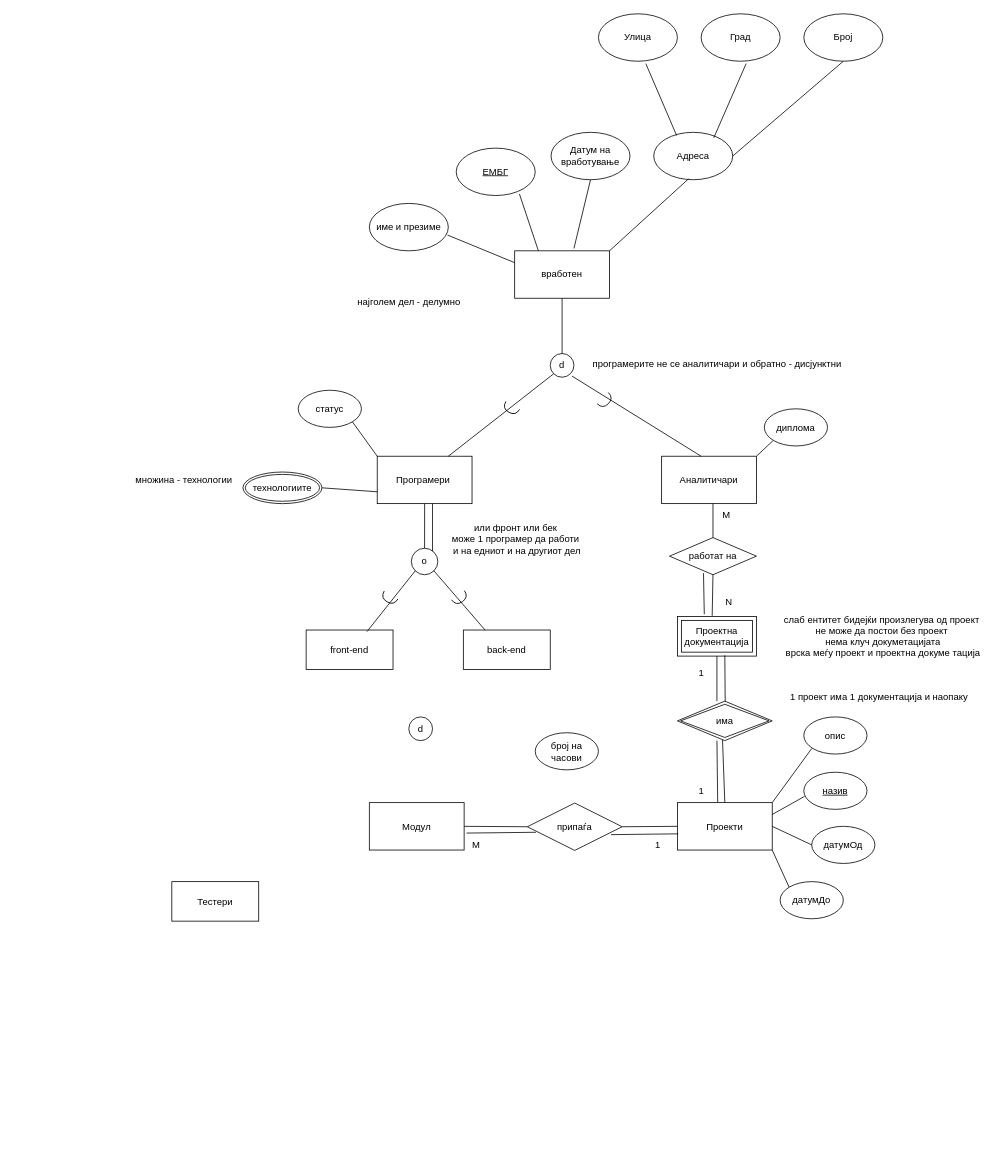
davidhristov59/Databases keeps this draw.io diagram as aud2/potvrduvanje_utvrduvanje.drawio. Above is the earlier version. Source tidied: cells renumbered, new cells numbered last; positions are measured from the earlier drawing's top-left corner, leaving out a move shared by most shapes. Both pictures are drawn from the tidied source at 79%, with x=0, y=0 at pixel (124, 13).
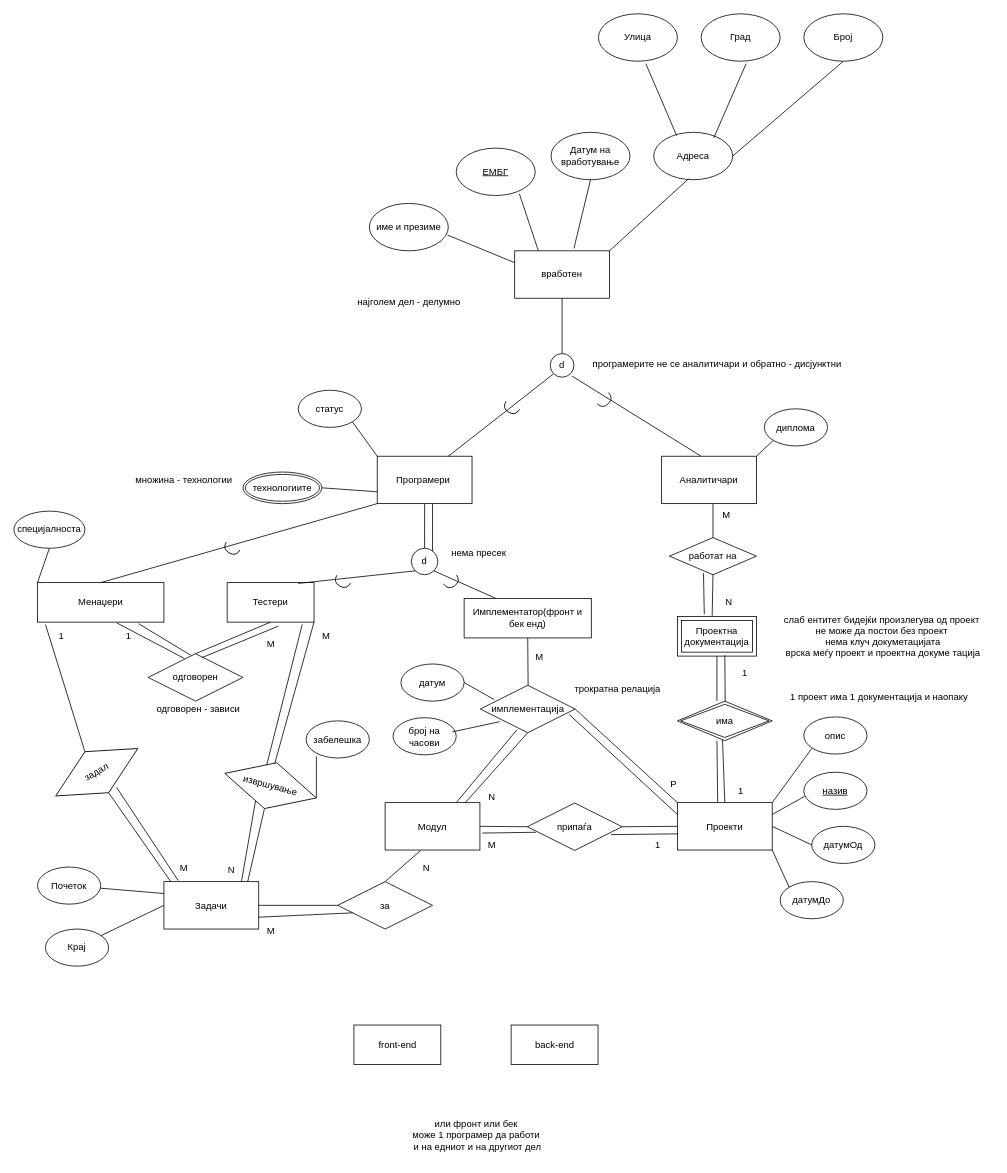
After the change.

The change refers to these unchanged cells:
```xml
<mxCell id="17" value="Програмери&amp;nbsp;" style="rounded=0;whiteSpace=wrap;html=1;" parent="1" vertex="1">
  <mxGeometry x="320" y="560" width="120" height="60" as="geometry" />
</mxCell>
<mxCell id="20" value="Проекти" style="rounded=0;whiteSpace=wrap;html=1;" parent="1" vertex="1">
  <mxGeometry x="700" y="998.5" width="120" height="60" as="geometry" />
</mxCell>
```

Diff of the diagram source:
```diff
@@
-    <mxCell id="34" value="o" style="ellipse;whiteSpace=wrap;html=1;" parent="1" vertex="1">
+    <mxCell id="34" value="d" style="ellipse;whiteSpace=wrap;html=1;" parent="1" vertex="1">
       <mxGeometry x="363.2" y="676.5" width="33.5" height="33.5" as="geometry" />
     </mxCell>
@@
-    <mxCell id="36" value="front-end" style="rounded=0;whiteSpace=wrap;html=1;" parent="1" vertex="1">
-      <mxGeometry x="230" y="780" width="110" height="50" as="geometry" />
+    <mxCell id="36" value="Тестери" style="rounded=0;whiteSpace=wrap;html=1;" parent="1" vertex="1">
+      <mxGeometry x="130" y="720" width="110" height="50" as="geometry" />
     </mxCell>
-    <mxCell id="37" value="back-end" style="rounded=0;whiteSpace=wrap;html=1;" parent="1" vertex="1">
-      <mxGeometry x="429" y="780" width="110" height="50" as="geometry" />
+    <mxCell id="37" value="Имплементатор(фронт и бек енд)" style="rounded=0;whiteSpace=wrap;html=1;" parent="1" vertex="1">
+      <mxGeometry x="430" y="740" width="161" height="50" as="geometry" />
     </mxCell>
@@
-    <mxCell id="39" style="endArrow=none;html=1;rounded=0;exitX=0;exitY=1;exitDx=0;exitDy=0;entryX=0.7;entryY=0.04;entryDx=0;entryDy=0;entryPerimeter=0;" parent="1" edge="1" source="34" target="36">
+    <mxCell id="39" style="endArrow=none;html=1;rounded=0;exitX=0;exitY=1;exitDx=0;exitDy=0;entryX=0.818;entryY=0.02;entryDx=0;entryDy=0;entryPerimeter=0;" parent="1" edge="1" source="34" target="36">
       <mxGeometry relative="1" as="geometry" />
     </mxCell>
@@
     <mxCell id="41" value="или фронт или бек&lt;div&gt;може 1 програмер да работи&lt;/div&gt;&lt;div&gt;&amp;nbsp;и на едниот и на другиот дел&lt;/div&gt;" style="text;html=1;align=center;verticalAlign=middle;strokeColor=none;fillColor=none;" parent="1" vertex="1">
-      <mxGeometry x="400" y="635" width="190" height="60" as="geometry" />
+      <mxGeometry x="350" y="1390" width="190" height="60" as="geometry" />
     </mxCell>
@@
-    <mxCell id="43" value="Тестери" style="rounded=0;whiteSpace=wrap;html=1;" parent="1" vertex="1">
-      <mxGeometry x="60" y="1098.5" width="110" height="50" as="geometry" />
-    </mxCell>
     <mxCell id="44" style="shape=requiredInterface;html=1;verticalLabelPosition=bottom;sketch=0;rotation=120;" parent="1" vertex="1">
-      <mxGeometry x="330" y="730" width="10" height="20" as="geometry" />
+      <mxGeometry x="270" y="710" width="10" height="20" as="geometry" />
     </mxCell>
     <mxCell id="45" style="shape=requiredInterface;html=1;verticalLabelPosition=bottom;sketch=0;rotation=55;" parent="1" vertex="1">
-      <mxGeometry x="420" y="730" width="10" height="20" as="geometry" />
+      <mxGeometry x="410" y="710" width="10" height="20" as="geometry" />
     </mxCell>
-    <mxCell id="46" value="d" style="ellipse;whiteSpace=wrap;html=1;" parent="1" vertex="1">
-      <mxGeometry x="360" y="890" width="30" height="30" as="geometry" />
-    </mxCell>
@@
     <mxCell id="62" value="1" style="text;html=1;align=center;verticalAlign=middle;strokeColor=none;fillColor=none;" parent="1" vertex="1">
-      <mxGeometry x="715" y="820" width="30" height="30" as="geometry" />
+      <mxGeometry x="770" y="820" width="30" height="30" as="geometry" />
     </mxCell>
     <mxCell id="63" value="1" style="text;html=1;align=center;verticalAlign=middle;strokeColor=none;fillColor=none;" parent="1" vertex="1">
-      <mxGeometry x="715" y="968.5" width="30" height="30" as="geometry" />
+      <mxGeometry x="765" y="969" width="30" height="30" as="geometry" />
     </mxCell>
@@
     <mxCell id="71" value="Модул" style="rounded=0;whiteSpace=wrap;html=1;" parent="1" vertex="1">
-      <mxGeometry x="310" y="998.5" width="120" height="60" as="geometry" />
+      <mxGeometry x="330" y="998.5" width="120" height="60" as="geometry" />
     </mxCell>
@@
-    <mxCell id="75" value="број на часови" style="ellipse;whiteSpace=wrap;html=1;" parent="1" vertex="1">
-      <mxGeometry x="520" y="910" width="80" height="47" as="geometry" />
-    </mxCell>
@@
     <mxCell id="78" value="М" style="text;html=1;align=center;verticalAlign=middle;strokeColor=none;fillColor=none;" parent="1" vertex="1">
-      <mxGeometry x="430" y="1037" width="30" height="30" as="geometry" />
+      <mxGeometry x="450" y="1037" width="30" height="30" as="geometry" />
     </mxCell>
@@
+    <mxCell id="80" value="front-end" style="rounded=0;whiteSpace=wrap;html=1;" parent="1" vertex="1">
+      <mxGeometry x="290.5" y="1280" width="110" height="50" as="geometry" />
+    </mxCell>
+    <mxCell id="81" value="back-end" style="rounded=0;whiteSpace=wrap;html=1;" parent="1" vertex="1">
+      <mxGeometry x="489.5" y="1280" width="110" height="50" as="geometry" />
+    </mxCell>
+    <mxCell id="82" value="имплементација" style="shape=rhombus;perimeter=rhombusPerimeter;whiteSpace=wrap;html=1;align=center;" parent="1" vertex="1">
+      <mxGeometry x="450.5" y="850" width="120" height="60" as="geometry" />
+    </mxCell>
+    <mxCell id="83" style="endArrow=none;html=1;rounded=0;exitX=0.5;exitY=1;exitDx=0;exitDy=0;" parent="1" edge="1" source="37">
+      <mxGeometry relative="1" as="geometry">
+        <mxPoint x="511" y="850" as="targetPoint" />
+      </mxGeometry>
+    </mxCell>
+    <mxCell id="84" style="endArrow=none;html=1;rounded=0;entryX=0.5;entryY=1;entryDx=0;entryDy=0;exitX=0.842;exitY=0.008;exitDx=0;exitDy=0;exitPerimeter=0;" parent="1" edge="1" source="71" target="82">
+      <mxGeometry relative="1" as="geometry" />
+    </mxCell>
+    <mxCell id="85" value="M" style="text;html=1;align=center;verticalAlign=middle;strokeColor=none;fillColor=none;" parent="1" vertex="1">
+      <mxGeometry x="510" y="800" width="30" height="30" as="geometry" />
+    </mxCell>
+    <mxCell id="86" value="N" style="text;html=1;align=center;verticalAlign=middle;strokeColor=none;fillColor=none;" parent="1" vertex="1">
+      <mxGeometry x="450" y="977" width="30" height="30" as="geometry" />
+    </mxCell>
+    <mxCell id="87" style="endArrow=none;html=1;rounded=0;entryX=0;entryY=0;entryDx=0;entryDy=0;exitX=1;exitY=0.5;exitDx=0;exitDy=0;" parent="1" edge="1" source="82" target="20">
+      <mxGeometry relative="1" as="geometry" />
+    </mxCell>
+    <mxCell id="88" style="endArrow=none;html=1;rounded=0;entryX=0;entryY=0.25;entryDx=0;entryDy=0;exitX=0.938;exitY=0.617;exitDx=0;exitDy=0;exitPerimeter=0;" parent="1" edge="1" source="82" target="20">
+      <mxGeometry relative="1" as="geometry" />
+    </mxCell>
+    <mxCell id="89" value="P" style="text;html=1;align=center;verticalAlign=middle;strokeColor=none;fillColor=none;" parent="1" vertex="1">
+      <mxGeometry x="680" y="960" width="30" height="30" as="geometry" />
+    </mxCell>
+    <mxCell id="90" style="endArrow=none;html=1;rounded=0;entryX=0.388;entryY=0.933;entryDx=0;entryDy=0;exitX=0.75;exitY=0;exitDx=0;exitDy=0;entryPerimeter=0;" parent="1" edge="1" source="71" target="82">
+      <mxGeometry relative="1" as="geometry" />
+    </mxCell>
+    <mxCell id="75" value="број на часови" style="ellipse;whiteSpace=wrap;html=1;" parent="1" vertex="1">
+      <mxGeometry x="340" y="891" width="80" height="47" as="geometry" />
+    </mxCell>
+    <mxCell id="91" value="датум" style="ellipse;whiteSpace=wrap;html=1;" parent="1" vertex="1">
+      <mxGeometry x="350" y="823" width="80" height="47" as="geometry" />
+    </mxCell>
+    <mxCell id="92" style="endArrow=none;html=1;rounded=0;exitX=1;exitY=0.5;exitDx=0;exitDy=0;entryX=0.146;entryY=0.3;entryDx=0;entryDy=0;entryPerimeter=0;" parent="1" edge="1" source="91" target="82">
+      <mxGeometry relative="1" as="geometry" />
+    </mxCell>
+    <mxCell id="93" style="endArrow=none;html=1;rounded=0;exitX=0.204;exitY=0.767;exitDx=0;exitDy=0;entryX=0.938;entryY=0.383;entryDx=0;entryDy=0;entryPerimeter=0;exitPerimeter=0;" parent="1" edge="1" source="82" target="75">
+      <mxGeometry relative="1" as="geometry" />
+    </mxCell>
+    <mxCell id="94" value="трократна релација" style="text;html=1;align=center;verticalAlign=middle;strokeColor=none;fillColor=none;" parent="1" vertex="1">
+      <mxGeometry x="554" y="840" width="140" height="30" as="geometry" />
+    </mxCell>
+    <mxCell id="95" value="нема пресек&amp;nbsp;" style="text;html=1;align=center;verticalAlign=middle;strokeColor=none;fillColor=none;" parent="1" vertex="1">
+      <mxGeometry x="400" y="668" width="100" height="30" as="geometry" />
+    </mxCell>
+    <mxCell id="96" value="Менаџери" style="rounded=0;whiteSpace=wrap;html=1;" parent="1" vertex="1">
+      <mxGeometry x="-110" y="720" width="160" height="50" as="geometry" />
+    </mxCell>
+    <mxCell id="97" value="одговорен" style="shape=rhombus;perimeter=rhombusPerimeter;whiteSpace=wrap;html=1;align=center;" parent="1" vertex="1">
+      <mxGeometry x="30" y="810" width="120" height="60" as="geometry" />
+    </mxCell>
+    <mxCell id="98" style="endArrow=none;html=1;rounded=0;entryX=0.5;entryY=0;entryDx=0;entryDy=0;exitX=0.5;exitY=1;exitDx=0;exitDy=0;" parent="1" edge="1" source="36" target="97">
+      <mxGeometry relative="1" as="geometry" />
+    </mxCell>
+    <mxCell id="99" style="endArrow=none;html=1;rounded=0;entryX=0.5;entryY=0;entryDx=0;entryDy=0;exitX=0;exitY=1;exitDx=0;exitDy=0;" parent="1" edge="1" source="17" target="96">
+      <mxGeometry relative="1" as="geometry" />
+    </mxCell>
+    <mxCell id="100" value="специјалноста" style="ellipse;whiteSpace=wrap;html=1;" parent="1" vertex="1">
+      <mxGeometry x="-140" y="629.5" width="90" height="47" as="geometry" />
+    </mxCell>
+    <mxCell id="101" style="endArrow=none;html=1;rounded=0;entryX=0;entryY=0;entryDx=0;entryDy=0;exitX=0.5;exitY=1;exitDx=0;exitDy=0;" parent="1" edge="1" source="100" target="96">
+      <mxGeometry relative="1" as="geometry" />
+    </mxCell>
+    <mxCell id="102" style="shape=requiredInterface;html=1;verticalLabelPosition=bottom;sketch=0;rotation=120;" parent="1" vertex="1">
+      <mxGeometry x="130" y="668" width="10" height="20" as="geometry" />
+    </mxCell>
+    <mxCell id="103" style="endArrow=none;html=1;rounded=0;entryX=0.627;entryY=1.02;entryDx=0;entryDy=0;entryPerimeter=0;exitX=0.383;exitY=0.1;exitDx=0;exitDy=0;exitPerimeter=0;" parent="1" edge="1" source="97" target="96">
+      <mxGeometry relative="1" as="geometry" />
+    </mxCell>
+    <mxCell id="104" value="М" style="text;html=1;align=center;verticalAlign=middle;strokeColor=none;fillColor=none;" parent="1" vertex="1">
+      <mxGeometry x="170" y="783" width="30" height="30" as="geometry" />
+    </mxCell>
+    <mxCell id="105" value="1" style="text;html=1;align=center;verticalAlign=middle;points=[];strokeColor=none;fillColor=none;" parent="1" vertex="1">
+      <mxGeometry x="-10" y="773" width="30" height="30" as="geometry" />
+    </mxCell>
+    <mxCell id="106" style="endArrow=none;html=1;rounded=0;entryX=0.933;entryY=-0.033;entryDx=0;entryDy=0;entryPerimeter=0;exitX=0.45;exitY=0.033;exitDx=0;exitDy=0;exitPerimeter=0;" parent="1" edge="1" source="97" target="105">
+      <mxGeometry relative="1" as="geometry" />
+    </mxCell>
+    <mxCell id="107" style="endArrow=none;html=1;rounded=0;entryX=0.591;entryY=1.1;entryDx=0;entryDy=0;entryPerimeter=0;exitX=0.567;exitY=0.083;exitDx=0;exitDy=0;exitPerimeter=0;" parent="1" edge="1" source="97" target="36">
+      <mxGeometry relative="1" as="geometry" />
+    </mxCell>
+    <mxCell id="108" value="одговорен - зависи&amp;nbsp;" style="text;html=1;align=center;verticalAlign=middle;strokeColor=none;fillColor=none;" parent="1" vertex="1">
+      <mxGeometry x="25" y="865" width="140" height="30" as="geometry" />
+    </mxCell>
+    <mxCell id="109" value="Задачи" style="rounded=0;whiteSpace=wrap;html=1;" parent="1" vertex="1">
+      <mxGeometry x="50" y="1098.5" width="120" height="60" as="geometry" />
+    </mxCell>
+    <mxCell id="110" style="endArrow=none;html=1;rounded=0;entryX=1;entryY=1;entryDx=0;entryDy=0;" parent="1" edge="1" target="36">
+      <mxGeometry relative="1" as="geometry">
+        <mxPoint x="190" y="950" as="sourcePoint" />
+      </mxGeometry>
+    </mxCell>
+    <mxCell id="111" style="endArrow=none;html=1;rounded=0;exitX=0.063;exitY=1.06;exitDx=0;exitDy=0;exitPerimeter=0;entryX=0.5;entryY=0;entryDx=0;entryDy=0;" parent="1" edge="1" source="96" target="116">
+      <mxGeometry relative="1" as="geometry" />
+    </mxCell>
+    <mxCell id="112" value="Почеток" style="ellipse;whiteSpace=wrap;html=1;" parent="1" vertex="1">
+      <mxGeometry x="-110" y="1080" width="80" height="47" as="geometry" />
+    </mxCell>
+    <mxCell id="113" value="Крај" style="ellipse;whiteSpace=wrap;html=1;" parent="1" vertex="1">
+      <mxGeometry x="-100" y="1158.5" width="80" height="47" as="geometry" />
+    </mxCell>
+    <mxCell id="114" style="endArrow=none;html=1;rounded=0;entryX=0;entryY=0.5;entryDx=0;entryDy=0;exitX=0.567;exitY=0.083;exitDx=0;exitDy=0;exitPerimeter=0;" parent="1" edge="1" target="109">
+      <mxGeometry relative="1" as="geometry">
+        <mxPoint x="-30" y="1167" as="sourcePoint" />
+      </mxGeometry>
+    </mxCell>
+    <mxCell id="115" style="endArrow=none;html=1;rounded=0;entryX=0;entryY=0.25;entryDx=0;entryDy=0;" parent="1" edge="1" source="112" target="109">
+      <mxGeometry relative="1" as="geometry" />
+    </mxCell>
+    <mxCell id="116" value="задал" style="shape=rhombus;perimeter=rhombusPerimeter;whiteSpace=wrap;html=1;align=center;rotation=-30;" parent="1" vertex="1">
+      <mxGeometry x="-95" y="930" width="120" height="60" as="geometry" />
+    </mxCell>
+    <mxCell id="117" style="endArrow=none;html=1;rounded=0;exitX=0.5;exitY=1;exitDx=0;exitDy=0;entryX=0.075;entryY=0.008;entryDx=0;entryDy=0;entryPerimeter=0;" parent="1" edge="1" source="116" target="109">
+      <mxGeometry relative="1" as="geometry" />
+    </mxCell>
+    <mxCell id="118" value="извршување" style="shape=rhombus;perimeter=rhombusPerimeter;whiteSpace=wrap;html=1;align=center;rotation=15;" parent="1" vertex="1">
+      <mxGeometry x="125" y="947" width="120" height="60" as="geometry" />
+    </mxCell>
+    <mxCell id="119" style="endArrow=none;html=1;rounded=0;entryX=0.5;entryY=1;entryDx=0;entryDy=0;exitX=0.883;exitY=0.008;exitDx=0;exitDy=0;exitPerimeter=0;" parent="1" edge="1" source="109" target="118">
+      <mxGeometry relative="1" as="geometry" />
+    </mxCell>
+    <mxCell id="120" style="endArrow=none;html=1;rounded=0;exitX=0.601;exitY=0.983;exitDx=0;exitDy=0;entryX=0.15;entryY=-0.025;entryDx=0;entryDy=0;entryPerimeter=0;exitPerimeter=0;" parent="1" edge="1" source="116" target="109">
+      <mxGeometry relative="1" as="geometry" />
+    </mxCell>
+    <mxCell id="121" value="М" style="text;html=1;align=center;verticalAlign=middle;strokeColor=none;fillColor=none;" parent="1" vertex="1">
+      <mxGeometry x="60" y="1067" width="30" height="30" as="geometry" />
+    </mxCell>
+    <mxCell id="122" value="1" style="text;html=1;align=center;verticalAlign=middle;strokeColor=none;fillColor=none;" parent="1" vertex="1">
+      <mxGeometry x="-95" y="773" width="30" height="30" as="geometry" />
+    </mxCell>
+    <mxCell id="123" value="N" style="text;html=1;align=center;verticalAlign=middle;strokeColor=none;fillColor=none;" parent="1" vertex="1">
+      <mxGeometry x="120" y="1068.5" width="30" height="30" as="geometry" />
+    </mxCell>
+    <mxCell id="124" value="M" style="text;html=1;align=center;verticalAlign=middle;strokeColor=none;fillColor=none;" parent="1" vertex="1">
+      <mxGeometry x="240" y="773" width="30" height="30" as="geometry" />
+    </mxCell>
+    <mxCell id="125" style="endArrow=none;html=1;rounded=0;entryX=0.864;entryY=1.06;entryDx=0;entryDy=0;exitX=0.404;exitY=0.103;exitDx=0;exitDy=0;exitPerimeter=0;entryPerimeter=0;" parent="1" edge="1" source="118" target="36">
+      <mxGeometry relative="1" as="geometry" />
+    </mxCell>
+    <mxCell id="126" style="endArrow=none;html=1;rounded=0;entryX=0.388;entryY=0.888;entryDx=0;entryDy=0;exitX=0.817;exitY=0.008;exitDx=0;exitDy=0;exitPerimeter=0;entryPerimeter=0;" parent="1" edge="1" source="109" target="118">
+      <mxGeometry relative="1" as="geometry" />
+    </mxCell>
+    <mxCell id="127" value="забелешка" style="ellipse;whiteSpace=wrap;html=1;" parent="1" vertex="1">
+      <mxGeometry x="230" y="895" width="80" height="47" as="geometry" />
+    </mxCell>
+    <mxCell id="128" style="endArrow=none;html=1;rounded=0;entryX=1;entryY=0.5;entryDx=0;entryDy=0;" parent="1" edge="1" target="118">
+      <mxGeometry relative="1" as="geometry">
+        <mxPoint x="243" y="940" as="sourcePoint" />
+      </mxGeometry>
+    </mxCell>
+    <mxCell id="129" value="за" style="shape=rhombus;perimeter=rhombusPerimeter;whiteSpace=wrap;html=1;align=center;rotation=0;" parent="1" vertex="1">
+      <mxGeometry x="270" y="1098.5" width="120" height="60" as="geometry" />
+    </mxCell>
+    <mxCell id="130" style="endArrow=none;html=1;rounded=0;entryX=0.375;entryY=1.008;entryDx=0;entryDy=0;exitX=0.5;exitY=0;exitDx=0;exitDy=0;entryPerimeter=0;" parent="1" edge="1" source="129" target="71">
+      <mxGeometry relative="1" as="geometry" />
+    </mxCell>
+    <mxCell id="131" style="endArrow=none;html=1;rounded=0;entryX=0;entryY=0.5;entryDx=0;entryDy=0;exitX=1;exitY=0.5;exitDx=0;exitDy=0;" parent="1" edge="1" source="109" target="129">
+      <mxGeometry relative="1" as="geometry" />
+    </mxCell>
+    <mxCell id="132" style="endArrow=none;html=1;rounded=0;entryX=0.158;entryY=0.658;entryDx=0;entryDy=0;exitX=1;exitY=0.75;exitDx=0;exitDy=0;entryPerimeter=0;" parent="1" edge="1" source="109" target="129">
+      <mxGeometry relative="1" as="geometry" />
+    </mxCell>
+    <mxCell id="133" value="M" style="text;html=1;align=center;verticalAlign=middle;strokeColor=none;fillColor=none;" parent="1" vertex="1">
+      <mxGeometry x="170" y="1145.5" width="30" height="30" as="geometry" />
+    </mxCell>
+    <mxCell id="134" value="N" style="text;html=1;align=center;verticalAlign=middle;strokeColor=none;fillColor=none;" parent="1" vertex="1">
+      <mxGeometry x="366.8" y="1067" width="30" height="30" as="geometry" />
+    </mxCell>
```
